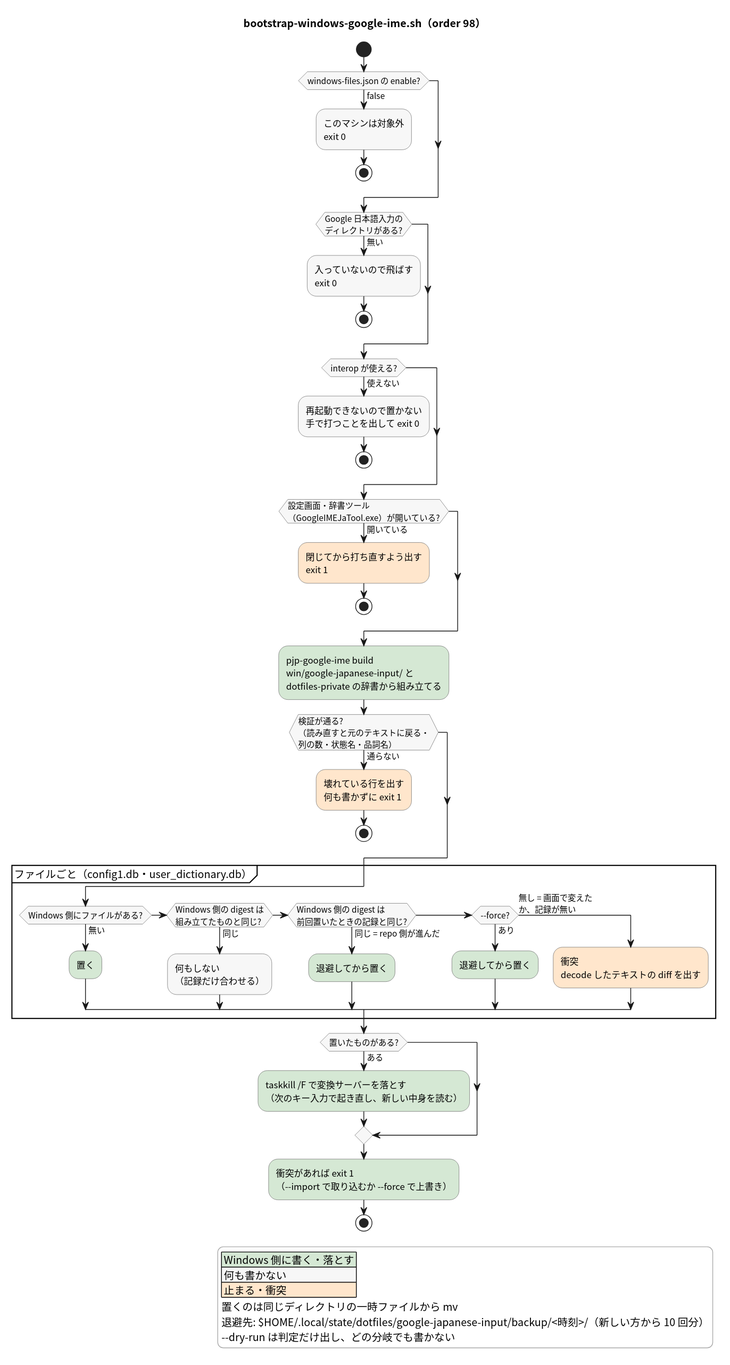
Earlier version of the PlantUML export docs/adr/015_win_google_ime_powertoys_20261011T234247JST/plantuml/out/03_ime_flow.svg (pollenjp/dotfiles).
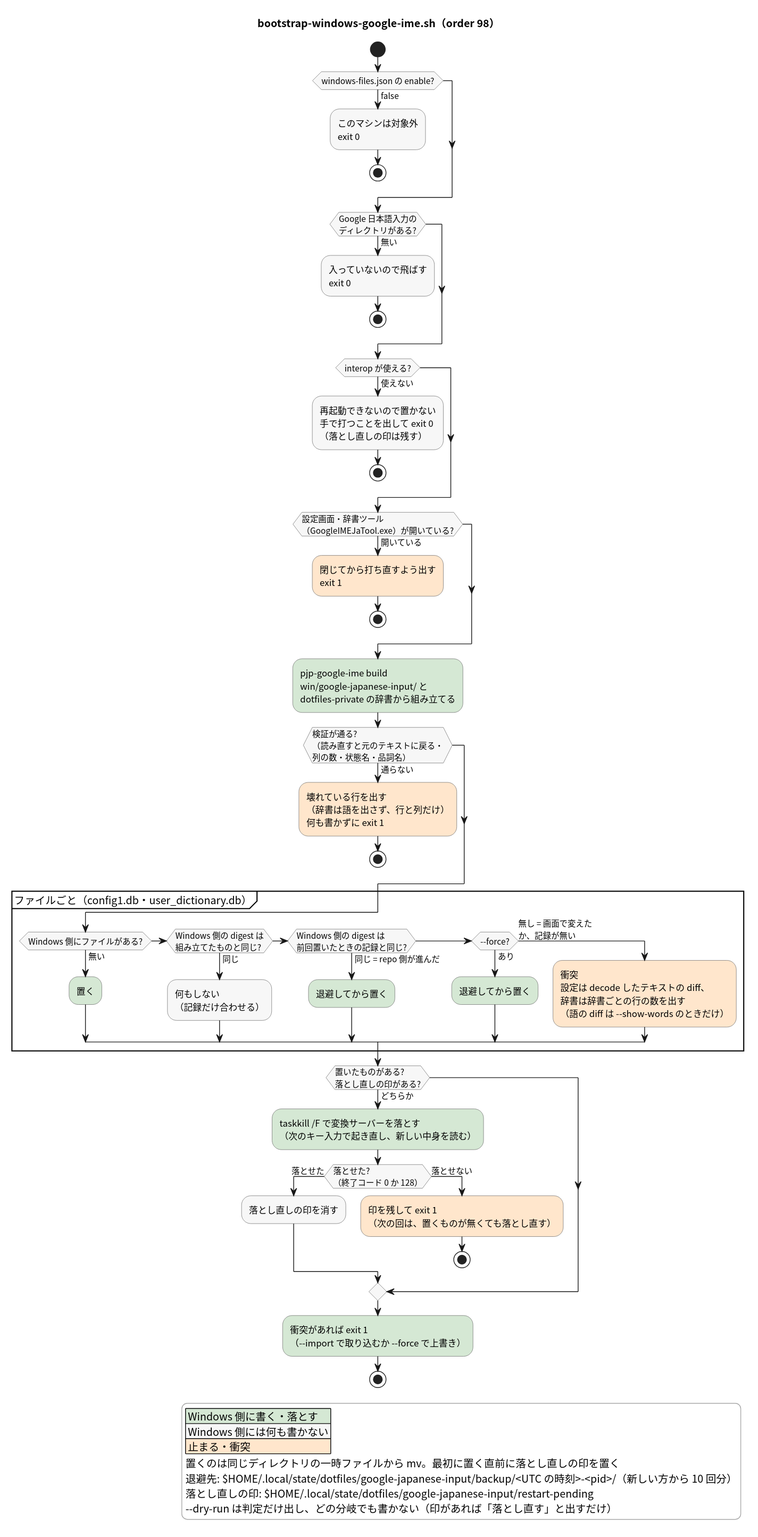
The same diagram one commit later.

The edit, as a diff of the source:
```diff
@@ -25,7 +25,7 @@
   stop
 endif
 if (interop が使える?) then (使えない)
-  :再起動できないので置かない\n手で打つことを出して exit 0; <<#F7F7F7>>
+  :再起動できないので置かない\n手で打つことを出して exit 0\n（落とし直しの印は残す）; <<#F7F7F7>>
   stop
 endif
 if (設定画面・辞書ツール\n（GoogleIMEJaTool.exe）が開いている?) then (開いている)
@@ -34,7 +34,7 @@
 endif
 :pjp-google-ime build\nwin/google-japanese-input/ と\ndotfiles-private の辞書から組み立てる;
 if (検証が通る?\n（読み直すと元のテキストに戻る・\n列の数・状態名・品詞名）) then (通らない)
-  :壊れている行を出す\n何も書かずに exit 1; <<#FFE6CC>>
+  :壊れている行を出す\n（辞書は語を出さず、行と列だけ）\n何も書かずに exit 1; <<#FFE6CC>>
   stop
 endif
 partition "ファイルごと（config1.db・user_dictionary.db）" {
@@ -47,21 +47,28 @@
   elseif (--force?) then (あり)
     :退避してから置く;
   else (無し = 画面で変えた\nか、記録が無い)
-    :衝突\ndecode したテキストの diff を出す; <<#FFE6CC>>
+    :衝突\n設定は decode したテキストの diff、\n辞書は辞書ごとの行の数を出す\n（語の diff は ~--show-words のときだけ）; <<#FFE6CC>>
   endif
 }
-if (置いたものがある?) then (ある)
+if (置いたものがある?\n落とし直しの印がある?) then (どちらか)
   :taskkill /F で変換サーバーを落とす\n（次のキー入力で起き直し、新しい中身を読む）;
+  if (落とせた?\n（終了コード 0 か 128）) then (落とせた)
+    :落とし直しの印を消す; <<#F7F7F7>>
+  else (落とせない)
+    :印を残して exit 1\n（次の回は、置くものが無くても落とし直す）; <<#FFE6CC>>
+    stop
+  endif
 endif
 :衝突があれば exit 1\n（~--import で取り込むか ~--force で上書き）;
 stop
 
 legend right
   |<#D5E8D4> Windows 側に書く・落とす |
-  |<#F7F7F7> 何も書かない |
+  |<#F7F7F7> Windows 側には何も書かない |
   |<#FFE6CC> 止まる・衝突 |
-  置くのは同じディレクトリの一時ファイルから mv
-  退避先: $HOME/.local/state/dotfiles/google-japanese-input/backup/<時刻>/（新しい方から 10 回分）
-  --dry-run は判定だけ出し、どの分岐でも書かない
+  置くのは同じディレクトリの一時ファイルから mv。最初に置く直前に落とし直しの印を置く
+  退避先: $HOME/.local/state/dotfiles/google-japanese-input/backup/<UTC の時刻>-<pid>/（新しい方から 10 回分）
+  落とし直しの印: $HOME/.local/state/dotfiles/google-japanese-input/restart-pending
+  --dry-run は判定だけ出し、どの分岐でも書かない（印があれば「落とし直す」と出すだけ）
 endlegend
 @enduml
```
